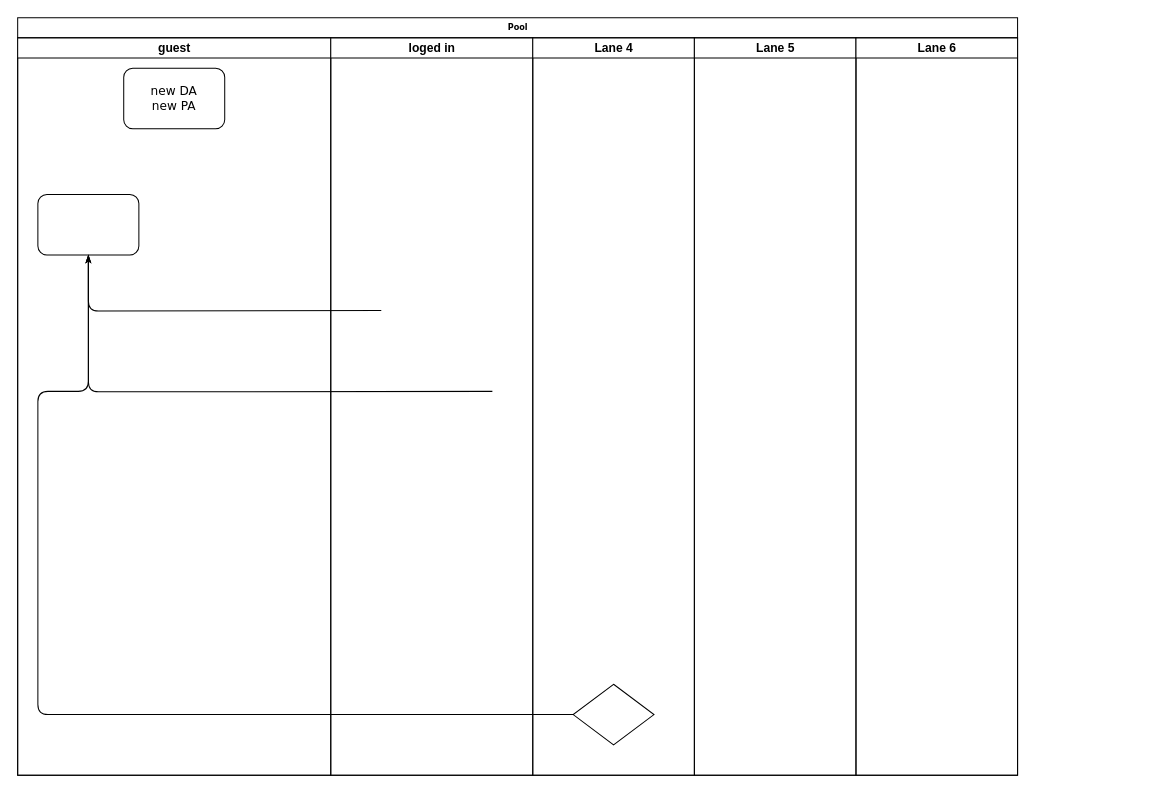
The draw.io diagram Untitled Diagram.drawio in witnessthefitness/charts, before the edit. Source tidied: cells renumbered, new cells numbered last; positions are measured from the earlier drawing's top-left corner, leaving out a move shared by most shapes. Both pictures are drawn from the tidied source at 101%, with x=0, y=0 at pixel (17, 17).
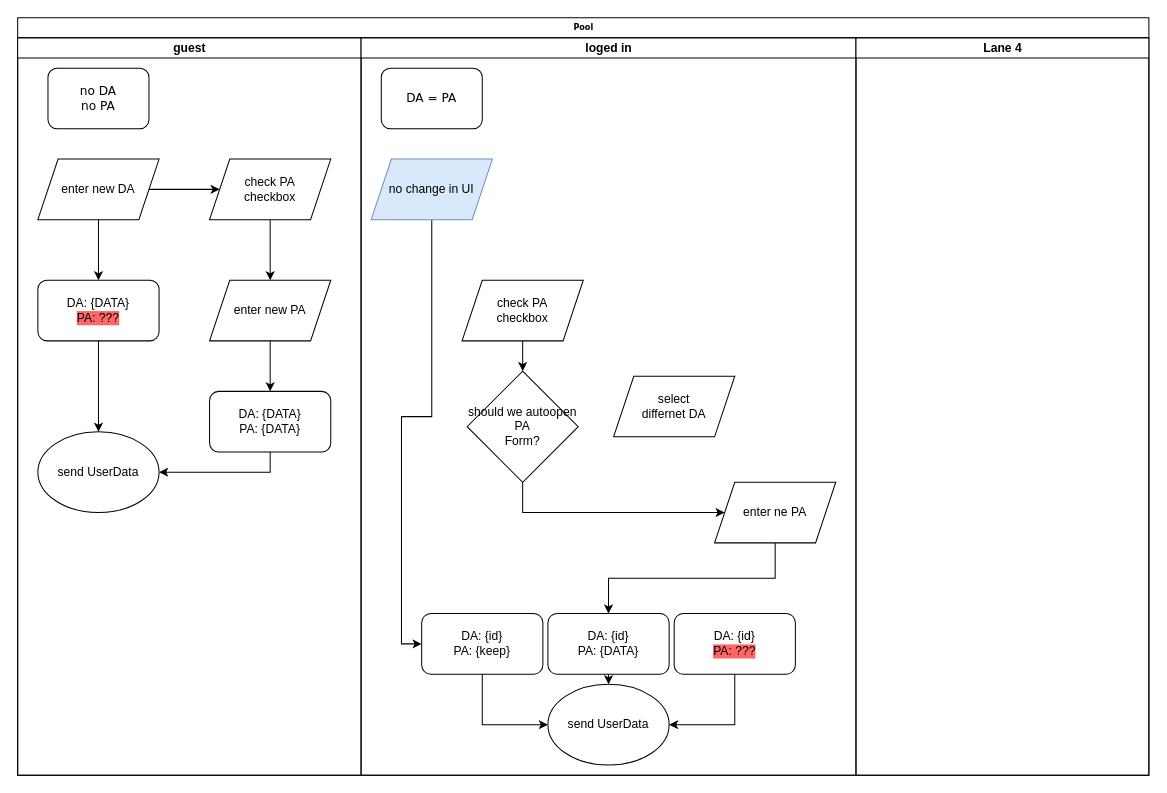
Above is the later version.

What changed in the source:
```diff
@@
     <mxCell id="2" value="Pool" style="swimlane;html=1;startSize=20;rounded=0;shadow=0;labelBackgroundColor=none;strokeWidth=1;fontFamily=Verdana;fontSize=8;align=center;" parent="1" vertex="1">
-      <mxGeometry width="990" height="750" as="geometry" />
+      <mxGeometry width="1120" height="750" as="geometry" />
     </mxCell>
     <mxCell id="3" value="guest" style="swimlane;html=1;startSize=20;" parent="2" vertex="1">
-      <mxGeometry y="20" width="310" height="730" as="geometry" />
+      <mxGeometry y="20" width="340" height="730" as="geometry" />
     </mxCell>
-    <mxCell id="4" style="rounded=1;whiteSpace=wrap;html=1;shadow=0;labelBackgroundColor=none;strokeWidth=1;fontFamily=Verdana;fontSize=8;align=center;" parent="3" vertex="1">
-      <mxGeometry x="20" y="155" width="100" height="60" as="geometry" />
-    </mxCell>
+    <mxCell id="14" style="edgeStyle=orthogonalEdgeStyle;rounded=0;jettySize=auto;html=1;exitX=1;exitY=0.5;exitDx=0;exitDy=0;entryX=0;entryY=0.5;entryDx=0;entryDy=0;" parent="3" edge="1" source="16" target="25">
+      <mxGeometry relative="1" as="geometry" />
+    </mxCell>
+    <mxCell id="15" style="edgeStyle=orthogonalEdgeStyle;rounded=0;jettySize=auto;html=1;exitX=0.5;exitY=1;exitDx=0;exitDy=0;" parent="3" edge="1" source="16" target="18">
+      <mxGeometry relative="1" as="geometry" />
+    </mxCell>
+    <mxCell id="16" value="&lt;font style=&quot;font-size: 12px&quot;&gt;&lt;font style=&quot;font-size: 12px&quot;&gt;enter new DA&lt;/font&gt;&lt;br&gt;&lt;/font&gt;" style="shape=parallelogram;perimeter=parallelogramPerimeter;whiteSpace=wrap;html=1;fixedSize=1;" parent="3" vertex="1">
+      <mxGeometry x="20" y="120" width="120" height="60" as="geometry" />
+    </mxCell>
+    <mxCell id="17" style="edgeStyle=orthogonalEdgeStyle;rounded=0;jettySize=auto;html=1;exitX=0.5;exitY=1;exitDx=0;exitDy=0;entryX=0.5;entryY=0;entryDx=0;entryDy=0;" parent="3" edge="1" source="18" target="19">
+      <mxGeometry relative="1" as="geometry" />
+    </mxCell>
+    <mxCell id="18" value="&lt;div&gt;&lt;font style=&quot;font-size: 12px&quot;&gt;&lt;font style=&quot;font-size: 12px&quot;&gt;DA: {DATA}&lt;/font&gt;&lt;/font&gt;&lt;/div&gt;&lt;div&gt;&lt;font style=&quot;font-size: 12px&quot;&gt;&lt;font style=&quot;font-size: 12px&quot;&gt;&lt;span style=&quot;background-color: rgb(255 , 102 , 102)&quot;&gt;PA: ???&lt;/span&gt;&lt;br&gt;&lt;/font&gt;&lt;/font&gt;&lt;/div&gt;" style="rounded=1;whiteSpace=wrap;html=1;" parent="3" vertex="1">
+      <mxGeometry x="20" y="240" width="120" height="60" as="geometry" />
+    </mxCell>
-    <mxCell id="5" value="&lt;font style=&quot;font-size: 12px&quot;&gt;new DA&lt;br&gt;new PA&lt;/font&gt;" style="rounded=1;whiteSpace=wrap;html=1;shadow=0;labelBackgroundColor=none;strokeWidth=1;fontFamily=Verdana;fontSize=8;align=center;" parent="3" vertex="1">
-      <mxGeometry x="105" y="30" width="100" height="60" as="geometry" />
+    <mxCell id="5" value="&lt;font style=&quot;font-size: 12px&quot;&gt;no DA&lt;br&gt;no PA&lt;/font&gt;" style="rounded=1;whiteSpace=wrap;html=1;shadow=0;labelBackgroundColor=none;strokeWidth=1;fontFamily=Verdana;fontSize=8;align=center;" parent="3" vertex="1">
+      <mxGeometry x="30" y="30" width="100" height="60" as="geometry" />
     </mxCell>
-    <mxCell id="6" style="edgeStyle=orthogonalEdgeStyle;rounded=1;html=1;labelBackgroundColor=none;startArrow=none;startFill=0;startSize=5;endArrow=classicThin;endFill=1;endSize=5;jettySize=auto;strokeWidth=1;fontFamily=Verdana;fontSize=8;" parent="2" edge="1" target="4">
-      <mxGeometry relative="1" as="geometry">
-        <mxPoint x="360" y="290" as="sourcePoint" />
-      </mxGeometry>
-    </mxCell>
-    <mxCell id="7" style="edgeStyle=orthogonalEdgeStyle;rounded=1;html=1;labelBackgroundColor=none;startArrow=none;startFill=0;startSize=5;endArrow=classicThin;endFill=1;endSize=5;jettySize=auto;strokeWidth=1;fontFamily=Verdana;fontSize=8;" parent="2" edge="1" target="4">
-      <mxGeometry relative="1" as="geometry">
-        <mxPoint x="470" y="370" as="sourcePoint" />
-      </mxGeometry>
-    </mxCell>
-    <mxCell id="8" style="edgeStyle=orthogonalEdgeStyle;rounded=1;html=1;labelBackgroundColor=none;startArrow=none;startFill=0;startSize=5;endArrow=classicThin;endFill=1;endSize=5;jettySize=auto;strokeWidth=1;fontFamily=Verdana;fontSize=8;" parent="2" edge="1" source="11" target="4">
-      <mxGeometry relative="1" as="geometry">
-        <Array as="points">
-          <mxPoint x="20" y="690" />
-          <mxPoint x="20" y="370" />
-          <mxPoint x="70" y="370" />
-        </Array>
-      </mxGeometry>
-    </mxCell>
+    <mxCell id="19" value="&lt;font style=&quot;font-size: 12px&quot;&gt;&lt;font style=&quot;font-size: 12px&quot;&gt;send UserData&lt;br&gt;&lt;/font&gt;&lt;/font&gt;" style="ellipse;whiteSpace=wrap;html=1;" parent="3" vertex="1">
+      <mxGeometry x="20" y="390" width="120" height="80" as="geometry" />
+    </mxCell>
+    <mxCell id="20" style="edgeStyle=orthogonalEdgeStyle;rounded=0;jettySize=auto;html=1;exitX=0.5;exitY=1;exitDx=0;exitDy=0;entryX=0.5;entryY=0;entryDx=0;entryDy=0;" parent="3" edge="1" source="22" target="23">
+      <mxGeometry relative="1" as="geometry" />
+    </mxCell>
+    <mxCell id="21" style="edgeStyle=orthogonalEdgeStyle;rounded=0;jettySize=auto;html=1;exitX=0.5;exitY=1;exitDx=0;exitDy=0;entryX=1;entryY=0.5;entryDx=0;entryDy=0;" parent="3" edge="1" source="23" target="19">
+      <mxGeometry relative="1" as="geometry" />
+    </mxCell>
+    <mxCell id="22" value="&lt;font style=&quot;font-size: 12px&quot;&gt;&lt;font style=&quot;font-size: 12px&quot;&gt;enter new PA&lt;/font&gt;&lt;br&gt;&lt;/font&gt;" style="shape=parallelogram;perimeter=parallelogramPerimeter;whiteSpace=wrap;html=1;fixedSize=1;" parent="3" vertex="1">
+      <mxGeometry x="190" y="240" width="120" height="60" as="geometry" />
+    </mxCell>
+    <mxCell id="23" value="&lt;div&gt;&lt;font style=&quot;font-size: 12px&quot;&gt;&lt;font style=&quot;font-size: 12px&quot;&gt;DA: {&lt;/font&gt;&lt;/font&gt;&lt;font style=&quot;font-size: 12px&quot;&gt;&lt;font style=&quot;font-size: 12px&quot;&gt;&lt;font style=&quot;font-size: 12px&quot;&gt;&lt;font style=&quot;font-size: 12px&quot;&gt;DATA&lt;/font&gt;&lt;/font&gt;}&lt;/font&gt;&lt;/font&gt;&lt;/div&gt;&lt;div&gt;&lt;font style=&quot;font-size: 12px&quot;&gt;&lt;font style=&quot;font-size: 12px&quot;&gt;PA: {&lt;/font&gt;&lt;/font&gt;&lt;font style=&quot;font-size: 12px&quot;&gt;&lt;font style=&quot;font-size: 12px&quot;&gt;&lt;font style=&quot;font-size: 12px&quot;&gt;&lt;font style=&quot;font-size: 12px&quot;&gt;DATA&lt;/font&gt;&lt;/font&gt;}&lt;br&gt;&lt;/font&gt;&lt;/font&gt;&lt;/div&gt;" style="rounded=1;whiteSpace=wrap;html=1;" parent="3" vertex="1">
+      <mxGeometry x="190" y="350" width="120" height="60" as="geometry" />
+    </mxCell>
+    <mxCell id="24" style="edgeStyle=orthogonalEdgeStyle;rounded=0;jettySize=auto;html=1;entryX=0.5;entryY=0;entryDx=0;entryDy=0;" parent="3" edge="1" source="25" target="22">
+      <mxGeometry relative="1" as="geometry" />
+    </mxCell>
+    <mxCell id="25" value="&lt;div&gt;check PA&lt;/div&gt;&lt;div&gt; checkbox&lt;/div&gt;" style="shape=parallelogram;perimeter=parallelogramPerimeter;whiteSpace=wrap;html=1;fixedSize=1;" parent="3" vertex="1">
+      <mxGeometry x="190" y="120" width="120" height="60" as="geometry" />
+    </mxCell>
     <mxCell id="9" value="loged in" style="swimlane;html=1;startSize=20;" parent="2" vertex="1">
-      <mxGeometry x="310" y="20" width="200" height="730" as="geometry" />
+      <mxGeometry x="340" y="20" width="490" height="730" as="geometry" />
     </mxCell>
+    <mxCell id="26" value="&lt;font style=&quot;font-size: 12px&quot;&gt;DA = PA&lt;/font&gt;" style="rounded=1;whiteSpace=wrap;html=1;shadow=0;labelBackgroundColor=none;strokeWidth=1;fontFamily=Verdana;fontSize=8;align=center;" parent="9" vertex="1">
+      <mxGeometry x="20" y="30" width="100" height="60" as="geometry" />
+    </mxCell>
+    <mxCell id="27" style="edgeStyle=orthogonalEdgeStyle;rounded=0;jettySize=auto;html=1;exitX=0.5;exitY=1;exitDx=0;exitDy=0;entryX=0;entryY=0.5;entryDx=0;entryDy=0;" parent="9" edge="1" source="28" target="32">
+      <mxGeometry relative="1" as="geometry" />
+    </mxCell>
+    <mxCell id="28" value="no change in UI" style="shape=parallelogram;perimeter=parallelogramPerimeter;whiteSpace=wrap;html=1;fixedSize=1;fillColor=#dae8fc;strokeColor=#6c8ebf;" parent="9" vertex="1">
+      <mxGeometry x="10" y="120" width="120" height="60" as="geometry" />
+    </mxCell>
+    <mxCell id="29" style="edgeStyle=orthogonalEdgeStyle;rounded=0;jettySize=auto;html=1;exitX=0.5;exitY=1;exitDx=0;exitDy=0;entryX=0.5;entryY=0;entryDx=0;entryDy=0;" parent="9" edge="1" source="30" target="36">
+      <mxGeometry relative="1" as="geometry" />
+    </mxCell>
+    <mxCell id="30" value="&lt;div&gt;check PA&lt;/div&gt;&lt;div&gt; checkbox&lt;/div&gt;" style="shape=parallelogram;perimeter=parallelogramPerimeter;whiteSpace=wrap;html=1;fixedSize=1;" parent="9" vertex="1">
+      <mxGeometry x="100" y="240" width="120" height="60" as="geometry" />
+    </mxCell>
+    <mxCell id="31" style="edgeStyle=orthogonalEdgeStyle;rounded=0;jettySize=auto;html=1;exitX=0.5;exitY=1;exitDx=0;exitDy=0;entryX=0;entryY=0.5;entryDx=0;entryDy=0;" parent="9" edge="1" source="32" target="39">
+      <mxGeometry relative="1" as="geometry" />
+    </mxCell>
+    <mxCell id="32" value="&lt;div&gt;&lt;font style=&quot;font-size: 12px&quot;&gt;&lt;font style=&quot;font-size: 12px&quot;&gt;DA: {id}&lt;/font&gt;&lt;/font&gt;&lt;/div&gt;&lt;div&gt;&lt;font style=&quot;font-size: 12px&quot;&gt;&lt;font style=&quot;font-size: 12px&quot;&gt;PA: {keep}&lt;br&gt;&lt;/font&gt;&lt;/font&gt;&lt;/div&gt;" style="rounded=1;whiteSpace=wrap;html=1;" parent="9" vertex="1">
+      <mxGeometry x="60" y="570" width="120" height="60" as="geometry" />
+    </mxCell>
+    <mxCell id="33" style="edgeStyle=orthogonalEdgeStyle;rounded=0;jettySize=auto;html=1;exitX=0.5;exitY=1;exitDx=0;exitDy=0;entryX=0.5;entryY=0;entryDx=0;entryDy=0;" parent="9" edge="1" source="38" target="39">
+      <mxGeometry relative="1" as="geometry" />
+    </mxCell>
+    <mxCell id="34" style="edgeStyle=orthogonalEdgeStyle;rounded=0;jettySize=auto;html=1;exitX=0.5;exitY=1;exitDx=0;exitDy=0;entryX=1;entryY=0.5;entryDx=0;entryDy=0;" parent="9" edge="1" source="37" target="39">
+      <mxGeometry relative="1" as="geometry" />
+    </mxCell>
+    <mxCell id="35" style="edgeStyle=orthogonalEdgeStyle;rounded=0;jettySize=auto;html=1;exitX=0.5;exitY=1;exitDx=0;exitDy=0;entryX=0;entryY=0.5;entryDx=0;entryDy=0;" parent="9" edge="1" source="36" target="42">
+      <mxGeometry relative="1" as="geometry" />
+    </mxCell>
+    <mxCell id="36" value="&lt;div&gt;should we autoopen PA&lt;/div&gt;&lt;div&gt;Form?&lt;br&gt;&lt;/div&gt;" style="rhombus;whiteSpace=wrap;html=1;" parent="9" vertex="1">
+      <mxGeometry x="105" y="330" width="110" height="110" as="geometry" />
+    </mxCell>
+    <mxCell id="37" value="&lt;div&gt;&lt;font style=&quot;font-size: 12px&quot;&gt;&lt;font style=&quot;font-size: 12px&quot;&gt;DA: {id}&lt;/font&gt;&lt;/font&gt;&lt;/div&gt;&lt;div&gt;&lt;font style=&quot;font-size: 12px&quot;&gt;&lt;font style=&quot;font-size: 12px&quot;&gt;&lt;span style=&quot;background-color: rgb(255 , 102 , 102)&quot;&gt;PA: ???&lt;/span&gt;&lt;br&gt;&lt;/font&gt;&lt;/font&gt;&lt;/div&gt;" style="rounded=1;whiteSpace=wrap;html=1;" parent="9" vertex="1">
+      <mxGeometry x="310" y="570" width="120" height="60" as="geometry" />
+    </mxCell>
+    <mxCell id="38" value="&lt;div&gt;&lt;font style=&quot;font-size: 12px&quot;&gt;&lt;font style=&quot;font-size: 12px&quot;&gt;DA: {id}&lt;/font&gt;&lt;/font&gt;&lt;/div&gt;&lt;div&gt;&lt;font style=&quot;font-size: 12px&quot;&gt;&lt;font style=&quot;font-size: 12px&quot;&gt;PA: {DATA}&lt;br&gt;&lt;/font&gt;&lt;/font&gt;&lt;/div&gt;" style="rounded=1;whiteSpace=wrap;html=1;" parent="9" vertex="1">
+      <mxGeometry x="185" y="570" width="120" height="60" as="geometry" />
+    </mxCell>
+    <mxCell id="39" value="&lt;font style=&quot;font-size: 12px&quot;&gt;&lt;font style=&quot;font-size: 12px&quot;&gt;send UserData&lt;br&gt;&lt;/font&gt;&lt;/font&gt;" style="ellipse;whiteSpace=wrap;html=1;" parent="9" vertex="1">
+      <mxGeometry x="185" y="640" width="120" height="80" as="geometry" />
+    </mxCell>
+    <mxCell id="40" value="&lt;div&gt;select &lt;br&gt;&lt;/div&gt;&lt;div&gt;differnet DA&lt;/div&gt;" style="shape=parallelogram;perimeter=parallelogramPerimeter;whiteSpace=wrap;html=1;fixedSize=1;" parent="9" vertex="1">
+      <mxGeometry x="250" y="335" width="120" height="60" as="geometry" />
+    </mxCell>
+    <mxCell id="41" style="edgeStyle=orthogonalEdgeStyle;rounded=0;jettySize=auto;html=1;exitX=0.5;exitY=1;exitDx=0;exitDy=0;entryX=0.5;entryY=0;entryDx=0;entryDy=0;" parent="9" edge="1" source="42" target="38">
+      <mxGeometry relative="1" as="geometry" />
+    </mxCell>
+    <mxCell id="42" value="enter ne PA" style="shape=parallelogram;perimeter=parallelogramPerimeter;whiteSpace=wrap;html=1;fixedSize=1;" parent="9" vertex="1">
+      <mxGeometry x="350" y="440" width="120" height="60" as="geometry" />
+    </mxCell>
-    <mxCell id="10" value="Lane 4" style="swimlane;html=1;startSize=20;" parent="2" vertex="1">
-      <mxGeometry x="510" y="20" width="160" height="730" as="geometry" />
+    <mxCell id="10" value="Lane 4" style="swimlane;html=1;startSize=20;" parent="1" vertex="1">
+      <mxGeometry x="830" y="20" width="290" height="730" as="geometry" />
     </mxCell>
-    <mxCell id="11" style="rhombus;whiteSpace=wrap;html=1;rounded=0;shadow=0;labelBackgroundColor=none;strokeWidth=1;fontFamily=Verdana;fontSize=8;align=center;" parent="10" vertex="1">
-      <mxGeometry x="40" y="640" width="80" height="60" as="geometry" />
-    </mxCell>
-    <mxCell id="12" value="Lane 5" style="swimlane;html=1;startSize=20;" parent="2" vertex="1">
-      <mxGeometry x="670" y="20" width="160" height="730" as="geometry" />
-    </mxCell>
-    <mxCell id="13" value="Lane 6" style="swimlane;html=1;startSize=20;" parent="2" vertex="1">
-      <mxGeometry x="830" y="20" width="160" height="730" as="geometry" />
-    </mxCell>
```
